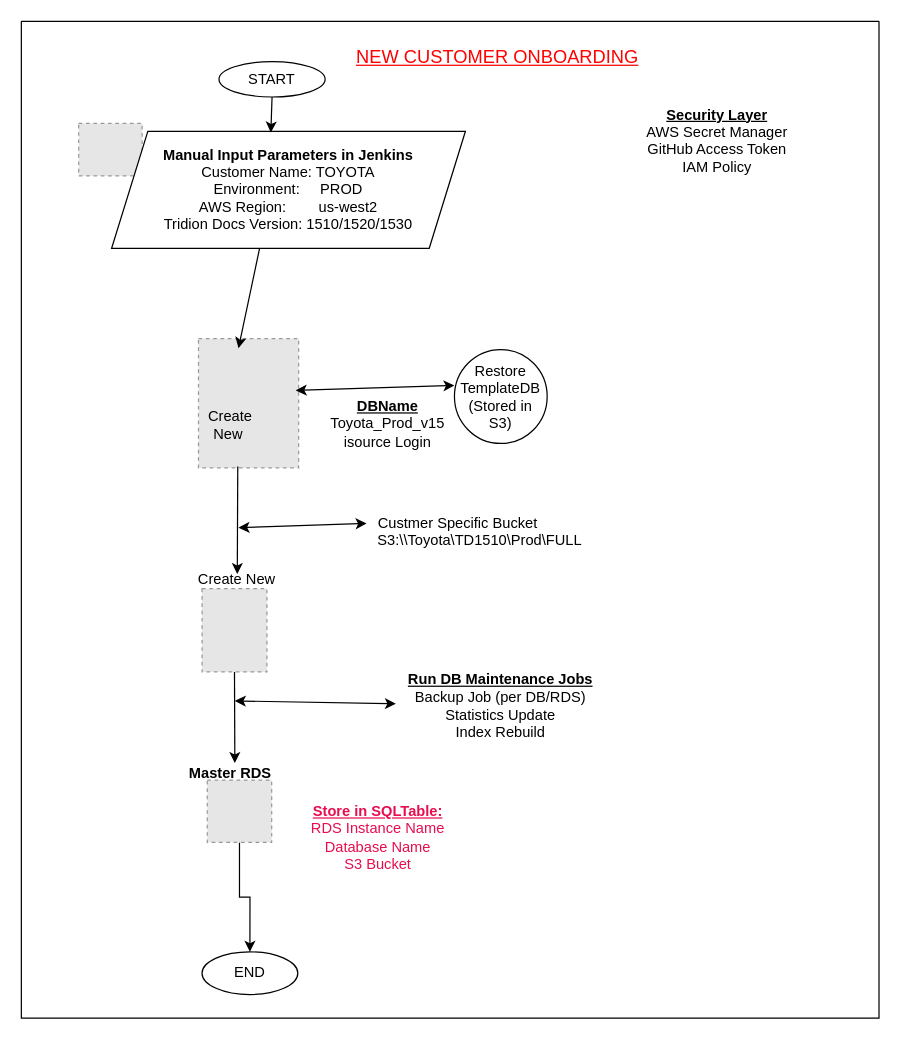
Earlier version of the draw.io diagram Untitled Diagram.drawio (Ravi1983-dev/devopsdemo). Source tidied: cells renumbered, new cells numbered last; positions are measured from the earlier drawing's top-left corner, leaving out a move shared by most shapes. Both pictures are drawn from the tidied source at 122%, with x=0, y=0 at pixel (21, 21). Pictures stored in the file or linked from it are replaced by grey dashed boxes.
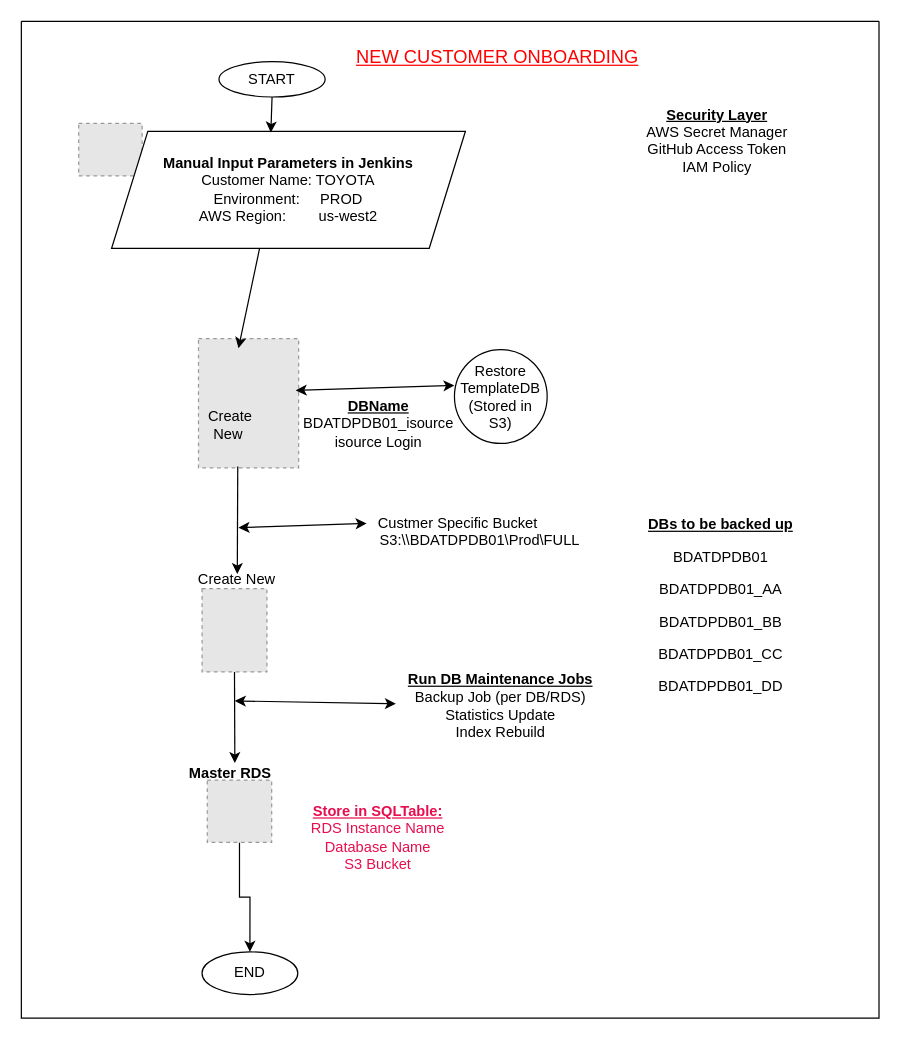
The same diagram, later.

The change refers to these unchanged cells:
```xml
<mxCell id="3" style="swimlane;startSize=0;" parent="1" vertex="1">
  <mxGeometry width="703" height="817" as="geometry" />
</mxCell>
```

Diff of the diagram source:
```diff
@@
-    <mxCell id="7" value="&lt;b&gt;&lt;u&gt;DBName&lt;/u&gt;&lt;/b&gt;&lt;div&gt;Toyota_Prod_v15&lt;/div&gt;&lt;div&gt;isource Login&lt;/div&gt;&lt;div&gt;&lt;br&gt;&lt;/div&gt;" style="text;html=1;align=center;verticalAlign=middle;whiteSpace=wrap;rounded=0;" parent="3" vertex="1">
-      <mxGeometry x="242" y="320" width="117" height="33" as="geometry" />
+    <mxCell id="7" value="&lt;b&gt;&lt;u&gt;DBName&lt;/u&gt;&lt;/b&gt;&lt;div&gt;&lt;span&gt;BDATDPDB01_isource&lt;/span&gt;&lt;/div&gt;&lt;div&gt;isource Login&lt;/div&gt;&lt;div&gt;&lt;br&gt;&lt;/div&gt;" style="text;html=1;align=center;verticalAlign=middle;whiteSpace=wrap;rounded=0;" parent="3" vertex="1">
+      <mxGeometry x="231" y="320" width="124" height="33" as="geometry" />
     </mxCell>
@@
-    <mxCell id="9" value="S3:\\Toyota\TD1510\Prod\FULL" style="text;html=1;align=center;verticalAlign=middle;whiteSpace=wrap;rounded=0;" parent="3" vertex="1">
+    <mxCell id="9" value="S3:\\&lt;span&gt;BDATDPDB01&lt;/span&gt;\Prod\FULL" style="text;html=1;align=center;verticalAlign=middle;whiteSpace=wrap;rounded=0;" parent="3" vertex="1">
       <mxGeometry x="308" y="412" width="136" height="27" as="geometry" />
     </mxCell>
@@
-    <mxCell id="11" value="&lt;div&gt;&lt;b style=&quot;&quot;&gt;Manual Input Parameters in Jenkins&lt;/b&gt;&lt;/div&gt;Customer Name: TOYOTA&lt;div&gt;Environment:&amp;nbsp; &amp;nbsp; &amp;nbsp;PROD&lt;/div&gt;&lt;div&gt;AWS Region:&amp;nbsp; &amp;nbsp; &amp;nbsp; &amp;nbsp; us-west2&lt;/div&gt;&lt;div&gt;Tridion Docs Version: 1510/1520/1530&lt;/div&gt;" style="shape=parallelogram;perimeter=parallelogramPerimeter;whiteSpace=wrap;html=1;fixedSize=1;size=29.66668701171875;" parent="3" vertex="1">
+    <mxCell id="11" value="&lt;div&gt;&lt;b style=&quot;&quot;&gt;Manual Input Parameters in Jenkins&lt;/b&gt;&lt;/div&gt;Customer Name: TOYOTA&lt;div&gt;Environment:&amp;nbsp; &amp;nbsp; &amp;nbsp;PROD&lt;/div&gt;&lt;div&gt;AWS Region:&amp;nbsp; &amp;nbsp; &amp;nbsp; &amp;nbsp; us-west2&lt;/div&gt;" style="shape=parallelogram;perimeter=parallelogramPerimeter;whiteSpace=wrap;html=1;fixedSize=1;size=29.66668701171875;" parent="3" vertex="1">
       <mxGeometry x="74" y="90.1" width="290" height="95.9" as="geometry" />
     </mxCell>
@@
+    <mxCell id="29" value="&lt;span&gt;&lt;p&gt;&lt;b&gt;&lt;u&gt;DBs to be backed up&lt;/u&gt;&lt;/b&gt;&lt;/p&gt;&lt;p&gt;BDATDPDB01&lt;/p&gt;&lt;p&gt;&lt;span style=&quot;background-color: transparent; color: light-dark(rgb(0, 0, 0), rgb(255, 255, 255));&quot;&gt;BDATDPDB01_AA&lt;/span&gt;&lt;/p&gt;&lt;p&gt;BDATDPDB01_BB&lt;/p&gt;&lt;p&gt;BDATDPDB01_CC&lt;/p&gt;&lt;p&gt;BDATDPDB01_DD&lt;/p&gt;&lt;/span&gt;" style="text;html=1;align=center;verticalAlign=middle;whiteSpace=wrap;rounded=0;" parent="3" vertex="1">
+      <mxGeometry x="506" y="469" width="135" height="20" as="geometry" />
+    </mxCell>
```
